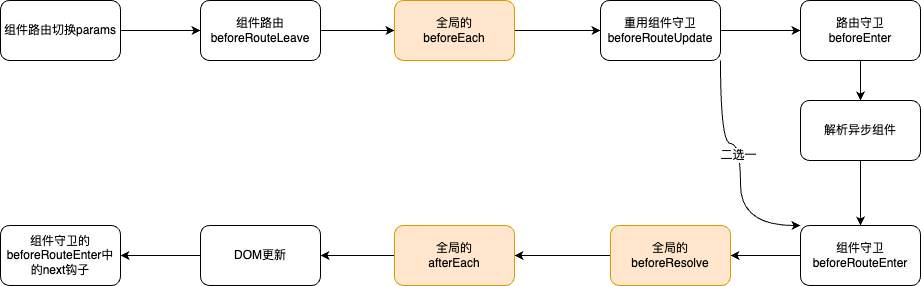
Earlier version of the draw.io export VueRouter:守卫执行顺序.drawio.png (JYbill/draw). Source tidied: cells renumbered, new cells last; positions are measured from the earlier drawing's top-left corner, leaving out a move shared by most shapes.
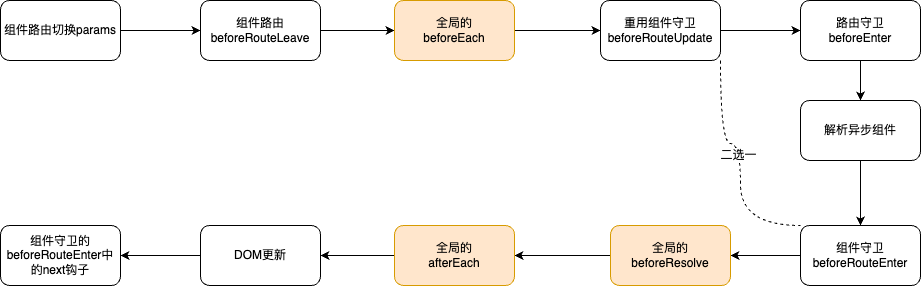
After the commit.

Commit message:
更新VueRouter:守卫执行顺序.drawio.png

Diff of the diagram source:
```diff
@@ -23,7 +23,7 @@
     <mxCell id="8" style="edgeStyle=orthogonalEdgeStyle;rounded=0;jettySize=auto;html=1;exitX=1;exitY=0.5;exitDx=0;exitDy=0;entryX=0;entryY=0.5;entryDx=0;entryDy=0;" parent="1" edge="1" source="11" target="13">
       <mxGeometry relative="1" as="geometry" />
     </mxCell>
-    <mxCell id="9" style="edgeStyle=orthogonalEdgeStyle;rounded=0;jettySize=auto;html=1;exitX=1;exitY=1;exitDx=0;exitDy=0;entryX=0;entryY=0;entryDx=0;entryDy=0;curved=1;" parent="1" edge="1" source="11" target="17">
+    <mxCell id="9" style="edgeStyle=orthogonalEdgeStyle;rounded=0;jettySize=auto;html=1;exitX=1;exitY=1;exitDx=0;exitDy=0;entryX=0;entryY=0;entryDx=0;entryDy=0;curved=1;dashed=1;endArrow=none;endFill=0;" parent="1" edge="1" source="11" target="17">
       <mxGeometry relative="1" as="geometry">
         <Array as="points">
           <mxPoint x="720" y="143" />
```
